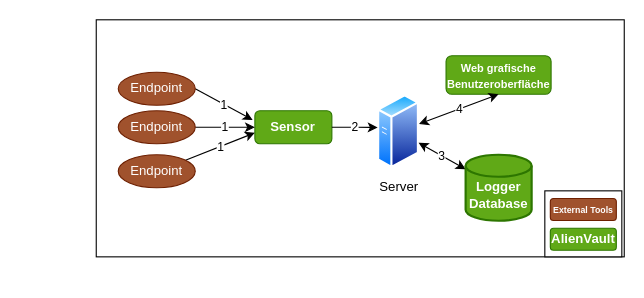
This is Bachelorarbeit/assets/AlienVault.drawio from Bruno-Macedo/Praxisbericht_Bacherloarbeit, a draw.io file, before an edit. Source tidied: cells renumbered, new cells numbered last; positions are measured from the earlier drawing's top-left corner, leaving out a move shared by most shapes. Both pictures are drawn from the tidied source at 110%, with x=0, y=0 at pixel (96, 19).
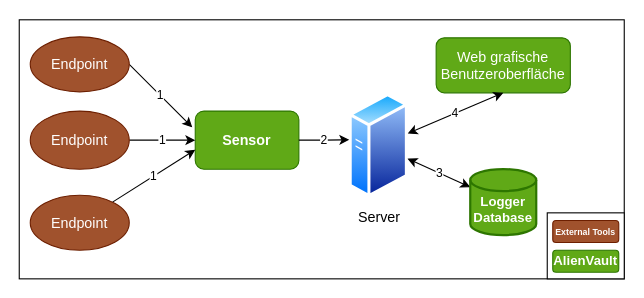
After the change.

Change to the diagram source:
```diff
@@
     <mxCell id="2" style="rounded=0;whiteSpace=wrap;html=1;" parent="1" vertex="1">
-      <mxGeometry y="0.5" width="480" height="215.5" as="geometry" />
+      <mxGeometry x="-70" y="0.5" width="550" height="235.5" as="geometry" />
     </mxCell>
-    <mxCell id="3" style="rounded=0;whiteSpace=wrap;html=1;" parent="1" vertex="1">
-      <mxGeometry x="407.8" y="156" width="70" height="60" as="geometry" />
-    </mxCell>
@@
-    <mxCell id="5" value="Endpoint" style="ellipse;whiteSpace=wrap;html=1;fillColor=#a0522d;strokeColor=#6D1F00;fontColor=#ffffff;" parent="1" vertex="1">
-      <mxGeometry x="20" y="48.2" width="70" height="30" as="geometry" />
+    <mxCell id="5" value="Endpoint" style="ellipse;whiteSpace=wrap;html=1;fillColor=#a0522d;strokeColor=#6D1F00;fontColor=#ffffff;fontSize=13;" parent="1" vertex="1">
+      <mxGeometry x="-60" y="16" width="90" height="50" as="geometry" />
     </mxCell>
-    <mxCell id="6" value="&lt;b&gt;Sensor&lt;/b&gt;" style="rounded=1;whiteSpace=wrap;html=1;fillColor=#60a917;strokeColor=#2D7600;fontColor=#ffffff;" parent="1" vertex="1">
-      <mxGeometry x="144.2" y="83.2" width="70" height="30" as="geometry" />
+    <mxCell id="6" value="&lt;b style=&quot;font-size: 13px;&quot;&gt;Sensor&lt;/b&gt;" style="rounded=1;whiteSpace=wrap;html=1;fillColor=#60a917;strokeColor=#2D7600;fontColor=#ffffff;fontSize=13;" parent="1" vertex="1">
+      <mxGeometry x="90" y="83.5" width="94.2" height="52.8" as="geometry" />
     </mxCell>
-    <mxCell id="7" value="&lt;b&gt;&lt;font style=&quot;font-size: 10px;&quot;&gt;Web grafische Benutzeroberfläche&lt;/font&gt;&lt;/b&gt;" style="rounded=1;whiteSpace=wrap;html=1;fillColor=#60a917;strokeColor=#2D7600;fontColor=#ffffff;" parent="1" vertex="1">
-      <mxGeometry x="318" y="33.2" width="95.5" height="35" as="geometry" />
+    <mxCell id="7" value="&lt;span style=&quot;font-size: 13px;&quot;&gt;&lt;font style=&quot;font-size: 13px;&quot;&gt;Web grafische Benutzeroberfläche&lt;/font&gt;&lt;/span&gt;" style="rounded=1;whiteSpace=wrap;html=1;fillColor=#60a917;strokeColor=#2D7600;fontColor=#ffffff;fontSize=13;fontStyle=0;" parent="1" vertex="1">
+      <mxGeometry x="309" y="16.9" width="122" height="50" as="geometry" />
     </mxCell>
-    <mxCell id="8" value="&lt;font style=&quot;font-size: 8px;&quot;&gt;&lt;b&gt;&lt;font style=&quot;font-size: 8px;&quot;&gt;External Tools&lt;br&gt;&lt;/font&gt;&lt;/b&gt;&lt;/font&gt;" style="rounded=1;whiteSpace=wrap;html=1;fillColor=#a0522d;strokeColor=#6D1F00;fontColor=#ffffff;" parent="1" vertex="1">
-      <mxGeometry x="412.8" y="163" width="60" height="20" as="geometry" />
-    </mxCell>
-    <mxCell id="9" value="&lt;b&gt;AlienVault&lt;/b&gt;" style="rounded=1;whiteSpace=wrap;html=1;fillColor=#60a917;strokeColor=#2D7600;fontColor=#ffffff;" parent="1" vertex="1">
-      <mxGeometry x="412.8" y="190" width="60" height="20" as="geometry" />
-    </mxCell>
-    <mxCell id="10" style="edgeStyle=orthogonalEdgeStyle;rounded=0;orthogonalLoop=1;jettySize=auto;html=1;exitX=0.5;exitY=1;exitDx=0;exitDy=0;entryX=0.5;entryY=1;entryDx=0;entryDy=0;" parent="1" edge="1" source="8" target="8">
-      <mxGeometry relative="1" as="geometry" />
-    </mxCell>
@@
-    <mxCell id="12" value="Endpoint" style="ellipse;whiteSpace=wrap;html=1;fillColor=#a0522d;strokeColor=#6D1F00;fontColor=#ffffff;" parent="1" vertex="1">
-      <mxGeometry x="20" y="83.2" width="70" height="30" as="geometry" />
+    <mxCell id="12" value="Endpoint" style="ellipse;whiteSpace=wrap;html=1;fillColor=#a0522d;strokeColor=#6D1F00;fontColor=#ffffff;fontSize=13;" parent="1" vertex="1">
+      <mxGeometry x="-60" y="83.5" width="90" height="52.8" as="geometry" />
     </mxCell>
@@
-    <mxCell id="14" value="Endpoint" style="ellipse;whiteSpace=wrap;html=1;fillColor=#a0522d;strokeColor=#6D1F00;fontColor=#ffffff;" parent="1" vertex="1">
-      <mxGeometry x="20" y="123.2" width="70" height="30" as="geometry" />
+    <mxCell id="14" value="Endpoint" style="ellipse;whiteSpace=wrap;html=1;fillColor=#a0522d;strokeColor=#6D1F00;fontColor=#ffffff;fontSize=13;" parent="1" vertex="1">
+      <mxGeometry x="-60" y="160" width="90" height="50" as="geometry" />
     </mxCell>
@@
-    <mxCell id="16" value="Server" style="image;perimeter=ellipsePerimeter;html=1;align=center;shadow=0;dashed=0;spacingTop=3;image=img/lib/active_directory/generic_server.svg;" parent="1" vertex="1">
-      <mxGeometry x="255.8" y="68.2" width="38.1" height="68" as="geometry" />
+    <mxCell id="16" value="Server" style="image;perimeter=ellipsePerimeter;html=1;align=center;shadow=0;dashed=0;spacingTop=3;image=img/lib/active_directory/generic_server.svg;fontSize=13;" parent="1" vertex="1">
+      <mxGeometry x="230" y="66.9" width="53.8" height="96.1" as="geometry" />
     </mxCell>
@@
     <mxCell id="18" value="&lt;div&gt;&lt;b&gt;&lt;br&gt;&lt;/b&gt;&lt;/div&gt;&lt;div&gt;&lt;b&gt;Logger Database&lt;/b&gt;&lt;/div&gt;" style="strokeWidth=2;html=1;shape=mxgraph.flowchart.database;whiteSpace=wrap;fillColor=#60a917;fontColor=#ffffff;strokeColor=#2D7600;" parent="1" vertex="1">
-      <mxGeometry x="335.8" y="123.2" width="60" height="60" as="geometry" />
+      <mxGeometry x="340" y="136.2" width="60" height="60" as="geometry" />
     </mxCell>
@@
+    <mxCell id="20" style="group;" parent="1" vertex="1">
+      <mxGeometry x="410" y="176" width="70" height="60" as="geometry" />
+    </mxCell>
+    <mxCell id="3" style="rounded=0;whiteSpace=wrap;html=1;" parent="20" vertex="1">
+      <mxGeometry width="70" height="60" as="geometry" />
+    </mxCell>
+    <mxCell id="8" value="&lt;font style=&quot;font-size: 8px;&quot;&gt;&lt;b&gt;&lt;font style=&quot;font-size: 8px;&quot;&gt;External Tools&lt;br&gt;&lt;/font&gt;&lt;/b&gt;&lt;/font&gt;" style="rounded=1;whiteSpace=wrap;html=1;fillColor=#a0522d;strokeColor=#6D1F00;fontColor=#ffffff;" parent="20" vertex="1">
+      <mxGeometry x="5" y="7" width="60" height="20" as="geometry" />
+    </mxCell>
+    <mxCell id="9" value="&lt;b&gt;AlienVault&lt;/b&gt;" style="rounded=1;whiteSpace=wrap;html=1;fillColor=#60a917;strokeColor=#2D7600;fontColor=#ffffff;" parent="20" vertex="1">
+      <mxGeometry x="5" y="34" width="60" height="20" as="geometry" />
+    </mxCell>
+    <mxCell id="10" style="edgeStyle=orthogonalEdgeStyle;rounded=0;orthogonalLoop=1;jettySize=auto;html=1;exitX=0.5;exitY=1;exitDx=0;exitDy=0;entryX=0.5;entryY=1;entryDx=0;entryDy=0;" parent="20" edge="1" source="8" target="8">
+      <mxGeometry relative="1" as="geometry" />
+    </mxCell>
```
